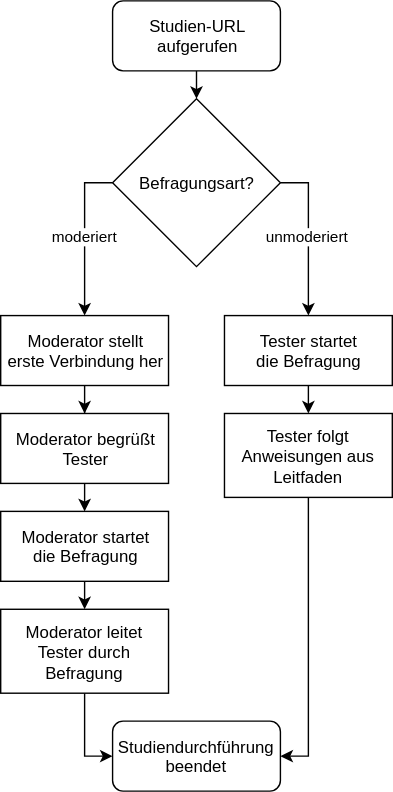
Before: img/de/introduction/study-preview/execution.svg, a diagram exported from draw.io (danielkuenkel/gesturenote). Source tidied: cells renumbered, new cells last; positions are measured from the earlier drawing's top-left corner, leaving out a move shared by most shapes.
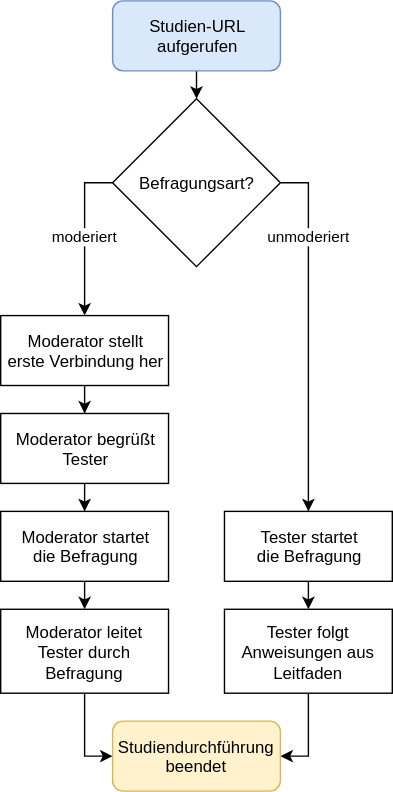
The same file after the commit.

The edit, as a diff of the source:
```diff
@@ -5,14 +5,17 @@
     <mxCell id="2" style="edgeStyle=orthogonalEdgeStyle;rounded=0;comic=0;html=1;exitX=0.5;exitY=1;entryX=0.5;entryY=0;shadow=0;jettySize=auto;" parent="1" edge="1" source="3" target="6">
       <mxGeometry relative="1" as="geometry" />
     </mxCell>
-    <mxCell id="3" value="Studien-URL&lt;div&gt;aufgerufen&lt;/div&gt;" style="rounded=1;whiteSpace=wrap;html=1;" parent="1" vertex="1">
+    <mxCell id="3" value="Studien-URL&lt;div&gt;aufgerufen&lt;/div&gt;" style="rounded=1;whiteSpace=wrap;html=1;fillColor=#dae8fc;strokeColor=#6c8ebf;" parent="1" vertex="1">
       <mxGeometry x="80" width="120" height="50" as="geometry" />
     </mxCell>
     <mxCell id="4" value="moderiert" style="edgeStyle=orthogonalEdgeStyle;rounded=0;comic=0;html=1;exitX=0;exitY=0.5;entryX=0.5;entryY=0;shadow=0;jettySize=auto;" parent="1" edge="1" source="6" target="12">
       <mxGeometry relative="1" as="geometry" />
     </mxCell>
-    <mxCell id="5" value="unmoderiert" style="edgeStyle=orthogonalEdgeStyle;rounded=0;comic=0;html=1;exitX=1;exitY=0.5;shadow=0;jettySize=auto;" parent="1" edge="1" source="6" target="8">
-      <mxGeometry relative="1" as="geometry" />
+    <mxCell id="5" value="unmoderiert" style="edgeStyle=orthogonalEdgeStyle;rounded=0;comic=0;html=1;exitX=1;exitY=0.5;shadow=0;jettySize=auto;orthogonalLoop=1;" parent="1" edge="1">
+      <mxGeometry x="-0.55" relative="1" as="geometry">
+        <mxPoint x="200" y="130" as="sourcePoint" />
+        <mxPoint x="220" y="365" as="targetPoint" />
+      </mxGeometry>
     </mxCell>
     <mxCell id="6" value="Befragungsart?" style="rhombus;whiteSpace=wrap;html=1;" parent="1" vertex="1">
       <mxGeometry x="80" y="70" width="120" height="120" as="geometry" />
@@ -21,7 +24,7 @@
       <mxGeometry relative="1" as="geometry" />
     </mxCell>
     <mxCell id="8" value="Tester startet&lt;div&gt;die Befragung&lt;/div&gt;" style="rounded=0;whiteSpace=wrap;html=1;" parent="1" vertex="1">
-      <mxGeometry x="160" y="225" width="120" height="50" as="geometry" />
+      <mxGeometry x="160" y="365" width="120" height="50" as="geometry" />
     </mxCell>
     <mxCell id="9" style="edgeStyle=orthogonalEdgeStyle;rounded=0;comic=0;html=1;exitX=0.5;exitY=1;entryX=0.5;entryY=0;shadow=0;jettySize=auto;" parent="1" edge="1" source="10" target="18">
       <mxGeometry relative="1" as="geometry" />
@@ -45,7 +48,7 @@
       <mxGeometry relative="1" as="geometry" />
     </mxCell>
     <mxCell id="16" value="Tester folgt Anweisungen aus Leitfaden" style="rounded=0;whiteSpace=wrap;html=1;" parent="1" vertex="1">
-      <mxGeometry x="160" y="295" width="120" height="60" as="geometry" />
+      <mxGeometry x="160" y="435" width="120" height="60" as="geometry" />
     </mxCell>
     <mxCell id="17" style="edgeStyle=orthogonalEdgeStyle;rounded=0;comic=0;html=1;exitX=0.5;exitY=1;entryX=0;entryY=0.5;shadow=0;jettySize=auto;" parent="1" edge="1" source="18" target="19">
       <mxGeometry relative="1" as="geometry" />
@@ -53,7 +56,7 @@
     <mxCell id="18" value="Moderator leitet Tester durch Befragung" style="rounded=0;whiteSpace=wrap;html=1;" parent="1" vertex="1">
       <mxGeometry y="435" width="120" height="60" as="geometry" />
     </mxCell>
-    <mxCell id="19" value="Studiendurchführung beendet" style="rounded=1;whiteSpace=wrap;html=1;" parent="1" vertex="1">
+    <mxCell id="19" value="Studiendurchführung beendet" style="rounded=1;whiteSpace=wrap;html=1;fillColor=#fff2cc;strokeColor=#d6b656;" parent="1" vertex="1">
       <mxGeometry x="80" y="515" width="120" height="50" as="geometry" />
     </mxCell>
   </root>
```
